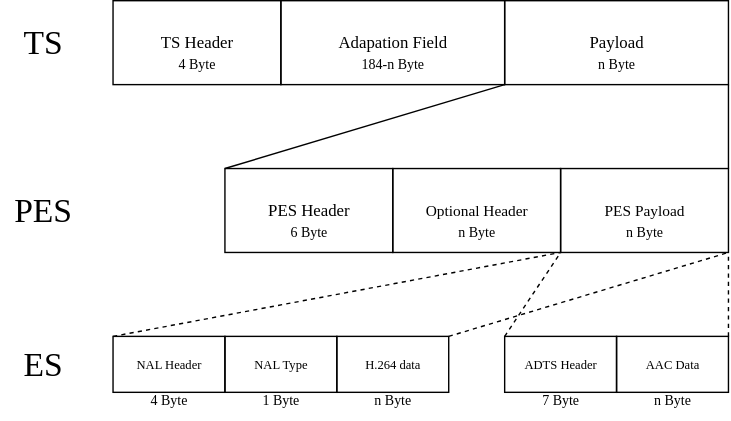
h13-0/Notebooks keeps this draw.io diagram as 音视频开发/Resources/TS架构.drawio.svg. Above is the earlier version. Source tidied: cells renumbered, new cells last; positions are measured from the earlier drawing's top-left corner, leaving out a move shared by most shapes.
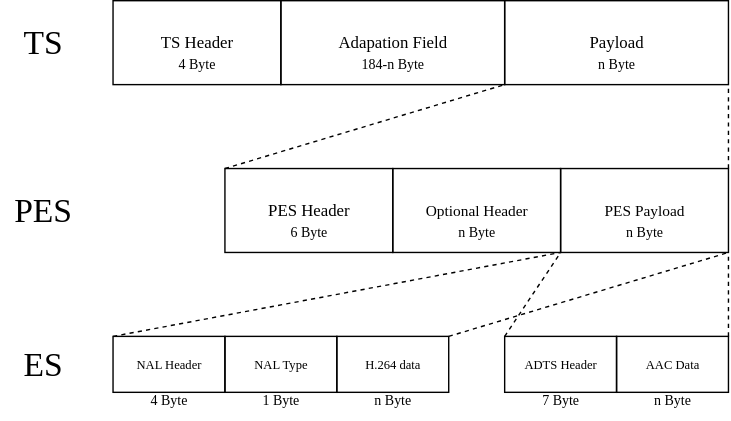
The same file after the commit.

Diff of the diagram source:
```diff
@@ -35,12 +35,6 @@
     <mxCell id="12" value="ADTS Header" style="rounded=0;whiteSpace=wrap;html=1;fontFamily=思源等宽;fontSize=9;fillColor=none;" parent="1" vertex="1">
       <mxGeometry x="360" y="240" width="80" height="40" as="geometry" />
     </mxCell>
-    <mxCell id="13" style="endArrow=none;html=1;rounded=0;entryX=1;entryY=1;entryDx=0;entryDy=0;exitX=1;exitY=0;exitDx=0;exitDy=0;fontFamily=思源等宽;" parent="1" edge="1" source="5" target="4">
-      <mxGeometry relative="1" as="geometry" />
-    </mxCell>
-    <mxCell id="14" style="endArrow=none;html=1;rounded=0;entryX=0;entryY=1;entryDx=0;entryDy=0;exitX=0;exitY=0;exitDx=0;exitDy=0;fontFamily=思源等宽;" parent="1" edge="1" source="7" target="4">
-      <mxGeometry relative="1" as="geometry" />
-    </mxCell>
     <mxCell id="15" value="&lt;font style=&quot;font-size: 10px;&quot;&gt;4 Byte&lt;/font&gt;" style="text;html=1;align=center;verticalAlign=middle;whiteSpace=wrap;rounded=0;fontFamily=思源等宽;" parent="1" vertex="1">
       <mxGeometry x="110" y="30" width="60" height="30" as="geometry" />
     </mxCell>
@@ -95,5 +89,11 @@
     <mxCell id="32" style="endArrow=none;dashed=1;html=1;rounded=0;exitX=1;exitY=0;exitDx=0;exitDy=0;entryX=1;entryY=1;entryDx=0;entryDy=0;" parent="1" edge="1" source="11" target="5">
       <mxGeometry relative="1" as="geometry" />
     </mxCell>
+    <mxCell id="33" style="endArrow=none;dashed=1;html=1;rounded=0;exitX=0;exitY=0;exitDx=0;exitDy=0;entryX=1;entryY=1;entryDx=0;entryDy=0;" parent="1" edge="1" source="7" target="3">
+      <mxGeometry relative="1" as="geometry" />
+    </mxCell>
+    <mxCell id="13" style="endArrow=none;dashed=1;html=1;rounded=0;exitX=1;exitY=0;exitDx=0;exitDy=0;entryX=1;entryY=1;entryDx=0;entryDy=0;" parent="1" edge="1" source="5" target="4">
+      <mxGeometry relative="1" as="geometry" />
+    </mxCell>
   </root>
 </mxGraphModel>
```
